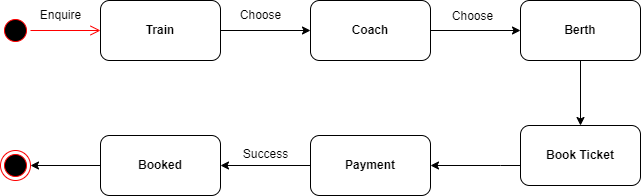
The draw.io diagram java-basics/03-12-2021/Railway Reservation System/State Transition Diagram.drawio.png in MuniswamiKokila/UST-prograd-training, before a commit. Source tidied: cells renumbered, new cells last; positions are measured from the earlier drawing's top-left corner, leaving out a move shared by most shapes.
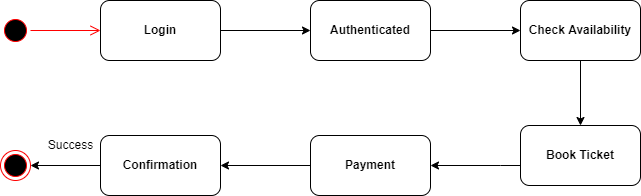
After the change.

What changed in the source:
```diff
@@ -10,16 +10,16 @@
         <mxPoint x="100" y="30" as="targetPoint" />
       </mxGeometry>
     </mxCell>
-    <mxCell id="4" value="&lt;b&gt;Train&lt;/b&gt;" style="rounded=1;whiteSpace=wrap;html=1;" parent="1" vertex="1">
+    <mxCell id="4" value="&lt;b&gt;Login&lt;/b&gt;" style="rounded=1;whiteSpace=wrap;html=1;" parent="1" vertex="1">
       <mxGeometry x="100" width="120" height="60" as="geometry" />
     </mxCell>
-    <mxCell id="5" value="&lt;b&gt;Coach&lt;/b&gt;" style="rounded=1;whiteSpace=wrap;html=1;" parent="1" vertex="1">
+    <mxCell id="5" value="&lt;b&gt;Authenticated&lt;/b&gt;" style="rounded=1;whiteSpace=wrap;html=1;" parent="1" vertex="1">
       <mxGeometry x="310" width="120" height="60" as="geometry" />
     </mxCell>
     <mxCell id="6" style="edgeStyle=orthogonalEdgeStyle;rounded=0;jettySize=auto;html=1;" parent="1" edge="1" source="7" target="9">
       <mxGeometry relative="1" as="geometry" />
     </mxCell>
-    <mxCell id="7" value="&lt;b&gt;Berth&lt;/b&gt;" style="rounded=1;whiteSpace=wrap;html=1;" parent="1" vertex="1">
+    <mxCell id="7" value="&lt;b&gt;Check Availability&lt;/b&gt;" style="rounded=1;whiteSpace=wrap;html=1;" parent="1" vertex="1">
       <mxGeometry x="520" width="120" height="60" as="geometry" />
     </mxCell>
     <mxCell id="8" style="edgeStyle=orthogonalEdgeStyle;rounded=0;jettySize=auto;html=1;" parent="1" edge="1" source="9" target="16">
@@ -33,21 +33,12 @@
     <mxCell id="9" value="&lt;b&gt;Book Ticket&lt;/b&gt;" style="rounded=1;whiteSpace=wrap;html=1;" parent="1" vertex="1">
       <mxGeometry x="520" y="125" width="120" height="60" as="geometry" />
     </mxCell>
-    <mxCell id="10" value="Enquire" style="text;html=1;align=center;verticalAlign=middle;fillColor=none;strokeColor=none;rounded=0;" parent="1" vertex="1">
-      <mxGeometry x="30" y="5" width="60" height="20" as="geometry" />
-    </mxCell>
     <mxCell id="11" style="endArrow=classic;html=1;rounded=0;exitX=1;exitY=0.5;exitDx=0;exitDy=0;entryX=0;entryY=0.5;entryDx=0;entryDy=0;" parent="1" edge="1" source="4" target="5">
       <mxGeometry relative="1" as="geometry" />
     </mxCell>
-    <mxCell id="12" value="Choose" style="text;html=1;align=center;verticalAlign=middle;fillColor=none;strokeColor=none;rounded=0;" parent="1" vertex="1">
-      <mxGeometry x="230" y="5" width="60" height="20" as="geometry" />
-    </mxCell>
     <mxCell id="13" style="endArrow=classic;html=1;rounded=0;entryX=0;entryY=0.5;entryDx=0;entryDy=0;exitX=1;exitY=0.5;exitDx=0;exitDy=0;" parent="1" edge="1" source="5" target="7">
       <mxGeometry relative="1" as="geometry" />
     </mxCell>
-    <mxCell id="14" value="Choose" style="text;html=1;align=center;verticalAlign=middle;fillColor=none;strokeColor=none;rounded=0;" parent="1" vertex="1">
-      <mxGeometry x="442" y="6" width="60" height="20" as="geometry" />
-    </mxCell>
     <mxCell id="15" style="edgeStyle=orthogonalEdgeStyle;rounded=0;jettySize=auto;html=1;" parent="1" edge="1" source="16" target="18">
       <mxGeometry relative="1" as="geometry" />
     </mxCell>
@@ -57,14 +48,14 @@
     <mxCell id="17" style="edgeStyle=orthogonalEdgeStyle;rounded=0;jettySize=auto;html=1;" parent="1" edge="1" source="18" target="19">
       <mxGeometry relative="1" as="geometry" />
     </mxCell>
-    <mxCell id="18" value="&lt;b&gt;Booked&lt;/b&gt;" style="rounded=1;whiteSpace=wrap;html=1;" parent="1" vertex="1">
+    <mxCell id="18" value="&lt;b&gt;Confirmation&lt;/b&gt;" style="rounded=1;whiteSpace=wrap;html=1;" parent="1" vertex="1">
       <mxGeometry x="100" y="135" width="120" height="60" as="geometry" />
     </mxCell>
     <mxCell id="19" style="ellipse;html=1;shape=endState;fillColor=#000000;strokeColor=#ff0000;" parent="1" vertex="1">
       <mxGeometry y="150" width="30" height="30" as="geometry" />
     </mxCell>
     <mxCell id="20" value="Success" style="text;html=1;align=center;verticalAlign=middle;fillColor=none;strokeColor=none;rounded=0;" parent="1" vertex="1">
-      <mxGeometry x="235" y="144" width="60" height="20" as="geometry" />
+      <mxGeometry x="40" y="135" width="60" height="20" as="geometry" />
     </mxCell>
   </root>
 </mxGraphModel>
```
